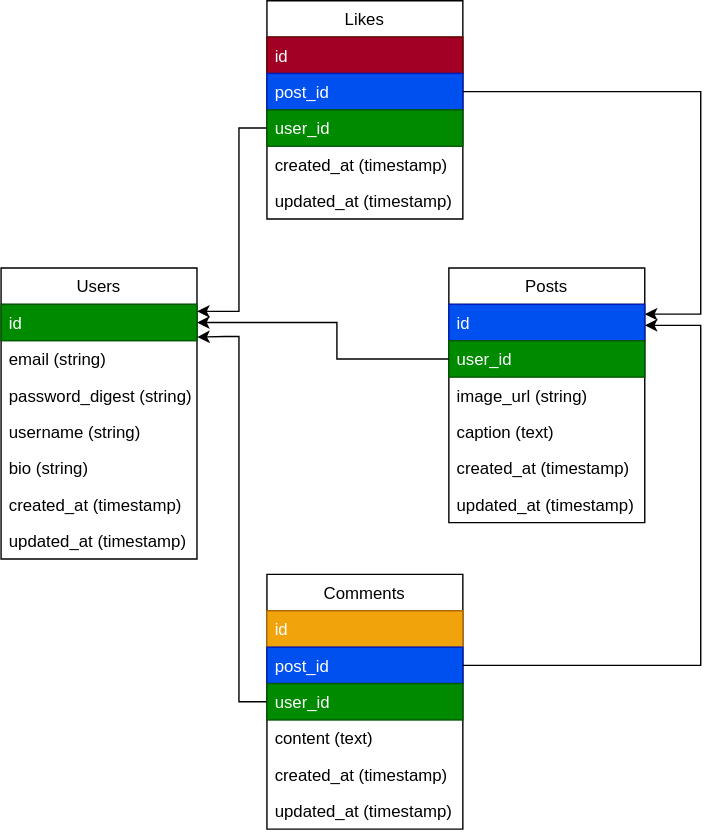
This is domain_model.drawio.svg from makersacademy/instagram-challenge, a draw.io export, as it was before one commit. Source tidied: cells renumbered, new cells last; positions are measured from the earlier drawing's top-left corner, leaving out a move shared by most shapes. Source of this version:
```xml
<mxGraphModel>
  <root>
    <mxCell id="0" />
    <mxCell id="1" parent="0" />
    <mxCell id="2" value="Users" style="swimlane;fontStyle=0;horizontal=1;startSize=26;" parent="1" vertex="1">
      <mxGeometry y="191" width="140" height="208" as="geometry" />
    </mxCell>
    <mxCell id="3" value="id" style="text;strokeColor=#005700;fillColor=#008a00;align=left;verticalAlign=top;spacingLeft=4;spacingRight=4;overflow=hidden;points=[[0,0.5],[1,0.5]];portConstraint=eastwest;fontColor=#ffffff;" parent="2" vertex="1">
      <mxGeometry y="26" width="140" height="26" as="geometry" />
    </mxCell>
    <mxCell id="4" value="email (string)" style="text;strokeColor=none;fillColor=none;align=left;verticalAlign=top;spacingLeft=4;spacingRight=4;overflow=hidden;" parent="2" vertex="1">
      <mxGeometry y="52" width="140" height="26" as="geometry" />
    </mxCell>
    <mxCell id="5" value="password_digest (string)" style="text;strokeColor=none;fillColor=none;align=left;verticalAlign=top;spacingLeft=4;spacingRight=4;overflow=hidden;" parent="2" vertex="1">
      <mxGeometry y="78" width="140" height="26" as="geometry" />
    </mxCell>
    <mxCell id="6" value="username (string)" style="text;strokeColor=none;fillColor=none;align=left;verticalAlign=top;spacingLeft=4;spacingRight=4;overflow=hidden;" parent="2" vertex="1">
      <mxGeometry y="104" width="140" height="26" as="geometry" />
    </mxCell>
    <mxCell id="7" value="bio (string)" style="text;strokeColor=none;fillColor=none;align=left;verticalAlign=top;spacingLeft=4;spacingRight=4;overflow=hidden;" parent="2" vertex="1">
      <mxGeometry y="130" width="140" height="26" as="geometry" />
    </mxCell>
    <mxCell id="8" value="created_at (timestamp)" style="text;strokeColor=none;fillColor=none;align=left;verticalAlign=top;spacingLeft=4;spacingRight=4;overflow=hidden;" parent="2" vertex="1">
      <mxGeometry y="156" width="140" height="26" as="geometry" />
    </mxCell>
    <mxCell id="9" value="updated_at (timestamp)" style="text;strokeColor=none;fillColor=none;align=left;verticalAlign=top;spacingLeft=4;spacingRight=4;overflow=hidden;" parent="2" vertex="1">
      <mxGeometry y="182" width="140" height="26" as="geometry" />
    </mxCell>
    <mxCell id="10" value="Likes" style="swimlane;fontStyle=0;horizontal=1;startSize=26;" parent="1" vertex="1">
      <mxGeometry x="190" width="140" height="156" as="geometry" />
    </mxCell>
    <mxCell id="11" value="id" style="text;strokeColor=#6F0000;fillColor=#a20025;align=left;verticalAlign=top;spacingLeft=4;spacingRight=4;overflow=hidden;fontColor=#ffffff;" parent="10" vertex="1">
      <mxGeometry y="26" width="140" height="26" as="geometry" />
    </mxCell>
    <mxCell id="12" value="post_id&#10;" style="text;strokeColor=#001DBC;fillColor=#0050ef;align=left;verticalAlign=top;spacingLeft=4;spacingRight=4;overflow=hidden;points=[[0,0.5],[1,0.5]];portConstraint=eastwest;fontColor=#ffffff;" parent="10" vertex="1">
      <mxGeometry y="52" width="140" height="26" as="geometry" />
    </mxCell>
    <mxCell id="13" value="user_id" style="text;strokeColor=#005700;fillColor=#008a00;align=left;verticalAlign=top;spacingLeft=4;spacingRight=4;overflow=hidden;points=[[0,0.5],[1,0.5]];portConstraint=eastwest;fontColor=#ffffff;" parent="10" vertex="1">
      <mxGeometry y="78" width="140" height="26" as="geometry" />
    </mxCell>
    <mxCell id="14" value="created_at (timestamp)" style="text;strokeColor=none;fillColor=none;align=left;verticalAlign=top;spacingLeft=4;spacingRight=4;overflow=hidden;" parent="10" vertex="1">
      <mxGeometry y="104" width="140" height="26" as="geometry" />
    </mxCell>
    <mxCell id="15" value="updated_at (timestamp)" style="text;strokeColor=none;fillColor=none;align=left;verticalAlign=top;spacingLeft=4;spacingRight=4;overflow=hidden;" parent="10" vertex="1">
      <mxGeometry y="130" width="140" height="26" as="geometry" />
    </mxCell>
    <mxCell id="16" value="Comments" style="swimlane;fontStyle=0;horizontal=1;startSize=26;" parent="1" vertex="1">
      <mxGeometry x="190" y="410" width="140" height="182" as="geometry" />
    </mxCell>
    <mxCell id="17" value="id" style="text;strokeColor=#BD7000;fillColor=#f0a30a;align=left;verticalAlign=top;spacingLeft=4;spacingRight=4;overflow=hidden;fontColor=#FFFFFF;" parent="16" vertex="1">
      <mxGeometry y="26" width="140" height="26" as="geometry" />
    </mxCell>
    <mxCell id="18" value="post_id" style="text;strokeColor=#001DBC;fillColor=#0050ef;align=left;verticalAlign=top;spacingLeft=4;spacingRight=4;overflow=hidden;points=[[0,0.5],[1,0.5]];portConstraint=eastwest;fontColor=#ffffff;" parent="16" vertex="1">
      <mxGeometry y="52" width="140" height="26" as="geometry" />
    </mxCell>
    <mxCell id="19" value="user_id" style="text;strokeColor=#005700;fillColor=#008a00;align=left;verticalAlign=top;spacingLeft=4;spacingRight=4;overflow=hidden;points=[[0,0.5],[1,0.5]];portConstraint=eastwest;fontColor=#ffffff;" parent="16" vertex="1">
      <mxGeometry y="78" width="140" height="26" as="geometry" />
    </mxCell>
    <mxCell id="20" value="content (text)" style="text;strokeColor=none;fillColor=none;align=left;verticalAlign=top;spacingLeft=4;spacingRight=4;overflow=hidden;" parent="16" vertex="1">
      <mxGeometry y="104" width="140" height="26" as="geometry" />
    </mxCell>
    <mxCell id="21" value="created_at (timestamp)" style="text;strokeColor=none;fillColor=none;align=left;verticalAlign=top;spacingLeft=4;spacingRight=4;overflow=hidden;" parent="16" vertex="1">
      <mxGeometry y="130" width="140" height="26" as="geometry" />
    </mxCell>
    <mxCell id="22" value="updated_at (timestamp)" style="text;strokeColor=none;fillColor=none;align=left;verticalAlign=top;spacingLeft=4;spacingRight=4;overflow=hidden;" parent="16" vertex="1">
      <mxGeometry y="156" width="140" height="26" as="geometry" />
    </mxCell>
    <mxCell id="23" value="Posts" style="swimlane;fontStyle=0;horizontal=1;startSize=26;" parent="1" vertex="1">
      <mxGeometry x="320" y="191" width="140" height="182" as="geometry" />
    </mxCell>
    <mxCell id="24" value="id" style="text;strokeColor=#001DBC;fillColor=#0050ef;align=left;verticalAlign=top;spacingLeft=4;spacingRight=4;overflow=hidden;points=[[0,0.5],[1,0.5]];portConstraint=eastwest;fontColor=#ffffff;" parent="23" vertex="1">
      <mxGeometry y="26" width="140" height="26" as="geometry" />
    </mxCell>
    <mxCell id="25" value="user_id" style="text;strokeColor=#005700;fillColor=#008a00;align=left;verticalAlign=top;spacingLeft=4;spacingRight=4;overflow=hidden;points=[[0,0.5],[1,0.5]];portConstraint=eastwest;fontColor=#ffffff;" parent="23" vertex="1">
      <mxGeometry y="52" width="140" height="26" as="geometry" />
    </mxCell>
    <mxCell id="26" value="image_url (string)" style="text;strokeColor=none;fillColor=none;align=left;verticalAlign=top;spacingLeft=4;spacingRight=4;overflow=hidden;" parent="23" vertex="1">
      <mxGeometry y="78" width="140" height="26" as="geometry" />
    </mxCell>
    <mxCell id="27" value="caption (text)" style="text;strokeColor=none;fillColor=none;align=left;verticalAlign=top;spacingLeft=4;spacingRight=4;overflow=hidden;" parent="23" vertex="1">
      <mxGeometry y="104" width="140" height="26" as="geometry" />
    </mxCell>
    <mxCell id="28" value="created_at (timestamp)" style="text;strokeColor=none;fillColor=none;align=left;verticalAlign=top;spacingLeft=4;spacingRight=4;overflow=hidden;" parent="23" vertex="1">
      <mxGeometry y="130" width="140" height="26" as="geometry" />
    </mxCell>
    <mxCell id="29" value="updated_at (timestamp)" style="text;strokeColor=none;fillColor=none;align=left;verticalAlign=top;spacingLeft=4;spacingRight=4;overflow=hidden;" parent="23" vertex="1">
      <mxGeometry y="156" width="140" height="26" as="geometry" />
    </mxCell>
    <mxCell id="30" style="edgeStyle=orthogonalEdgeStyle;rounded=0;jettySize=auto;html=1;fontColor=#FFFFFF;" parent="1" edge="1" source="18" target="24">
      <mxGeometry relative="1" as="geometry">
        <Array as="points">
          <mxPoint x="500" y="475" />
          <mxPoint x="500" y="232" />
        </Array>
      </mxGeometry>
    </mxCell>
    <mxCell id="31" style="edgeStyle=orthogonalEdgeStyle;rounded=0;jettySize=auto;html=1;fontColor=#FFFFFF;" parent="1" edge="1" source="12">
      <mxGeometry relative="1" as="geometry">
        <mxPoint x="460" y="224" as="targetPoint" />
        <Array as="points">
          <mxPoint x="500" y="65" />
          <mxPoint x="500" y="224" />
        </Array>
      </mxGeometry>
    </mxCell>
    <mxCell id="32" style="edgeStyle=orthogonalEdgeStyle;rounded=0;jettySize=auto;html=1;fontColor=#FFFFFF;" parent="1" edge="1" source="13">
      <mxGeometry relative="1" as="geometry">
        <mxPoint x="140" y="222" as="targetPoint" />
        <Array as="points">
          <mxPoint x="170" y="91" />
          <mxPoint x="170" y="222" />
        </Array>
      </mxGeometry>
    </mxCell>
    <mxCell id="33" style="edgeStyle=orthogonalEdgeStyle;rounded=0;jettySize=auto;html=1;fontColor=#FFFFFF;entryX=1;entryY=0.5;entryDx=0;entryDy=0;" parent="1" edge="1" source="25" target="3">
      <mxGeometry relative="1" as="geometry">
        <Array as="points">
          <mxPoint x="240" y="256" />
          <mxPoint x="240" y="230" />
        </Array>
      </mxGeometry>
    </mxCell>
    <mxCell id="34" style="edgeStyle=orthogonalEdgeStyle;rounded=0;jettySize=auto;html=1;fontColor=#FFFFFF;entryX=1.001;entryY=0.899;entryDx=0;entryDy=0;entryPerimeter=0;" parent="1" edge="1" source="19" target="3">
      <mxGeometry relative="1" as="geometry">
        <Array as="points">
          <mxPoint x="170" y="501" />
          <mxPoint x="170" y="240" />
          <mxPoint x="160" y="240" />
        </Array>
      </mxGeometry>
    </mxCell>
  </root>
</mxGraphModel>
```
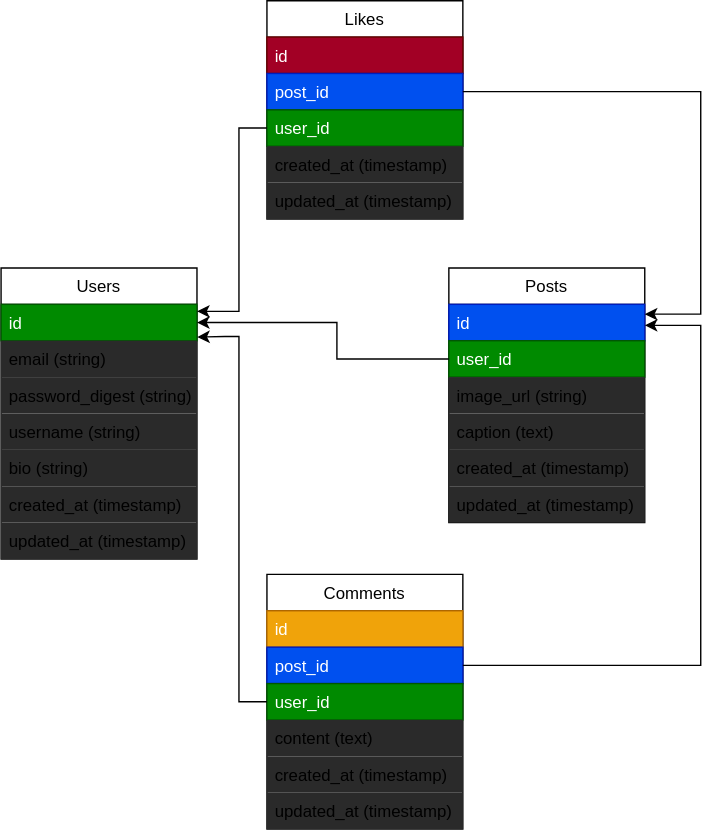
Later version of the same file.

The edit, as a diff of the source:
```diff
@@ -8,22 +8,22 @@
     <mxCell id="3" value="id" style="text;strokeColor=#005700;fillColor=#008a00;align=left;verticalAlign=top;spacingLeft=4;spacingRight=4;overflow=hidden;points=[[0,0.5],[1,0.5]];portConstraint=eastwest;fontColor=#ffffff;" parent="2" vertex="1">
       <mxGeometry y="26" width="140" height="26" as="geometry" />
     </mxCell>
-    <mxCell id="4" value="email (string)" style="text;strokeColor=none;fillColor=none;align=left;verticalAlign=top;spacingLeft=4;spacingRight=4;overflow=hidden;" parent="2" vertex="1">
+    <mxCell id="4" value="email (string)" style="text;strokeColor=none;align=left;verticalAlign=top;spacingLeft=4;spacingRight=4;overflow=hidden;fillColor=#2a2a2a;" parent="2" vertex="1">
       <mxGeometry y="52" width="140" height="26" as="geometry" />
     </mxCell>
-    <mxCell id="5" value="password_digest (string)" style="text;strokeColor=none;fillColor=none;align=left;verticalAlign=top;spacingLeft=4;spacingRight=4;overflow=hidden;" parent="2" vertex="1">
+    <mxCell id="5" value="password_digest (string)" style="text;strokeColor=none;align=left;verticalAlign=top;spacingLeft=4;spacingRight=4;overflow=hidden;fillColor=#2a2a2a;" parent="2" vertex="1">
       <mxGeometry y="78" width="140" height="26" as="geometry" />
     </mxCell>
-    <mxCell id="6" value="username (string)" style="text;strokeColor=none;fillColor=none;align=left;verticalAlign=top;spacingLeft=4;spacingRight=4;overflow=hidden;" parent="2" vertex="1">
+    <mxCell id="6" value="username (string)" style="text;strokeColor=none;align=left;verticalAlign=top;spacingLeft=4;spacingRight=4;overflow=hidden;fillColor=#2a2a2a;" parent="2" vertex="1">
       <mxGeometry y="104" width="140" height="26" as="geometry" />
     </mxCell>
-    <mxCell id="7" value="bio (string)" style="text;strokeColor=none;fillColor=none;align=left;verticalAlign=top;spacingLeft=4;spacingRight=4;overflow=hidden;" parent="2" vertex="1">
+    <mxCell id="7" value="bio (string)" style="text;strokeColor=none;align=left;verticalAlign=top;spacingLeft=4;spacingRight=4;overflow=hidden;fillColor=#2a2a2a;" parent="2" vertex="1">
       <mxGeometry y="130" width="140" height="26" as="geometry" />
     </mxCell>
-    <mxCell id="8" value="created_at (timestamp)" style="text;strokeColor=none;fillColor=none;align=left;verticalAlign=top;spacingLeft=4;spacingRight=4;overflow=hidden;" parent="2" vertex="1">
+    <mxCell id="8" value="created_at (timestamp)" style="text;strokeColor=none;align=left;verticalAlign=top;spacingLeft=4;spacingRight=4;overflow=hidden;fillColor=#2a2a2a;" parent="2" vertex="1">
       <mxGeometry y="156" width="140" height="26" as="geometry" />
     </mxCell>
-    <mxCell id="9" value="updated_at (timestamp)" style="text;strokeColor=none;fillColor=none;align=left;verticalAlign=top;spacingLeft=4;spacingRight=4;overflow=hidden;" parent="2" vertex="1">
+    <mxCell id="9" value="updated_at (timestamp)" style="text;strokeColor=none;align=left;verticalAlign=top;spacingLeft=4;spacingRight=4;overflow=hidden;fillColor=#2a2a2a;" parent="2" vertex="1">
       <mxGeometry y="182" width="140" height="26" as="geometry" />
     </mxCell>
     <mxCell id="10" value="Likes" style="swimlane;fontStyle=0;horizontal=1;startSize=26;" parent="1" vertex="1">
@@ -38,10 +38,10 @@
     <mxCell id="13" value="user_id" style="text;strokeColor=#005700;fillColor=#008a00;align=left;verticalAlign=top;spacingLeft=4;spacingRight=4;overflow=hidden;points=[[0,0.5],[1,0.5]];portConstraint=eastwest;fontColor=#ffffff;" parent="10" vertex="1">
       <mxGeometry y="78" width="140" height="26" as="geometry" />
     </mxCell>
-    <mxCell id="14" value="created_at (timestamp)" style="text;strokeColor=none;fillColor=none;align=left;verticalAlign=top;spacingLeft=4;spacingRight=4;overflow=hidden;" parent="10" vertex="1">
+    <mxCell id="14" value="created_at (timestamp)" style="text;strokeColor=none;align=left;verticalAlign=top;spacingLeft=4;spacingRight=4;overflow=hidden;fillColor=#2a2a2a;" parent="10" vertex="1">
       <mxGeometry y="104" width="140" height="26" as="geometry" />
     </mxCell>
-    <mxCell id="15" value="updated_at (timestamp)" style="text;strokeColor=none;fillColor=none;align=left;verticalAlign=top;spacingLeft=4;spacingRight=4;overflow=hidden;" parent="10" vertex="1">
+    <mxCell id="15" value="updated_at (timestamp)" style="text;strokeColor=none;align=left;verticalAlign=top;spacingLeft=4;spacingRight=4;overflow=hidden;fillColor=#2a2a2a;" parent="10" vertex="1">
       <mxGeometry y="130" width="140" height="26" as="geometry" />
     </mxCell>
     <mxCell id="16" value="Comments" style="swimlane;fontStyle=0;horizontal=1;startSize=26;" parent="1" vertex="1">
@@ -56,13 +56,13 @@
     <mxCell id="19" value="user_id" style="text;strokeColor=#005700;fillColor=#008a00;align=left;verticalAlign=top;spacingLeft=4;spacingRight=4;overflow=hidden;points=[[0,0.5],[1,0.5]];portConstraint=eastwest;fontColor=#ffffff;" parent="16" vertex="1">
       <mxGeometry y="78" width="140" height="26" as="geometry" />
     </mxCell>
-    <mxCell id="20" value="content (text)" style="text;strokeColor=none;fillColor=none;align=left;verticalAlign=top;spacingLeft=4;spacingRight=4;overflow=hidden;" parent="16" vertex="1">
+    <mxCell id="20" value="content (text)" style="text;align=left;verticalAlign=top;spacingLeft=4;spacingRight=4;overflow=hidden;fillColor=#2a2a2a;" parent="16" vertex="1">
       <mxGeometry y="104" width="140" height="26" as="geometry" />
     </mxCell>
-    <mxCell id="21" value="created_at (timestamp)" style="text;strokeColor=none;fillColor=none;align=left;verticalAlign=top;spacingLeft=4;spacingRight=4;overflow=hidden;" parent="16" vertex="1">
+    <mxCell id="21" value="created_at (timestamp)" style="text;align=left;verticalAlign=top;spacingLeft=4;spacingRight=4;overflow=hidden;fillColor=#2a2a2a;" parent="16" vertex="1">
       <mxGeometry y="130" width="140" height="26" as="geometry" />
     </mxCell>
-    <mxCell id="22" value="updated_at (timestamp)" style="text;strokeColor=none;fillColor=none;align=left;verticalAlign=top;spacingLeft=4;spacingRight=4;overflow=hidden;" parent="16" vertex="1">
+    <mxCell id="22" value="updated_at (timestamp)" style="text;strokeColor=none;align=left;verticalAlign=top;spacingLeft=4;spacingRight=4;overflow=hidden;fillColor=#2a2a2a;" parent="16" vertex="1">
       <mxGeometry y="156" width="140" height="26" as="geometry" />
     </mxCell>
     <mxCell id="23" value="Posts" style="swimlane;fontStyle=0;horizontal=1;startSize=26;" parent="1" vertex="1">
@@ -74,16 +74,16 @@
     <mxCell id="25" value="user_id" style="text;strokeColor=#005700;fillColor=#008a00;align=left;verticalAlign=top;spacingLeft=4;spacingRight=4;overflow=hidden;points=[[0,0.5],[1,0.5]];portConstraint=eastwest;fontColor=#ffffff;" parent="23" vertex="1">
       <mxGeometry y="52" width="140" height="26" as="geometry" />
     </mxCell>
-    <mxCell id="26" value="image_url (string)" style="text;strokeColor=none;fillColor=none;align=left;verticalAlign=top;spacingLeft=4;spacingRight=4;overflow=hidden;" parent="23" vertex="1">
+    <mxCell id="26" value="image_url (string)" style="text;strokeColor=none;align=left;verticalAlign=top;spacingLeft=4;spacingRight=4;overflow=hidden;labelBackgroundColor=none;fillColor=#2a2a2a;" parent="23" vertex="1">
       <mxGeometry y="78" width="140" height="26" as="geometry" />
     </mxCell>
-    <mxCell id="27" value="caption (text)" style="text;strokeColor=none;fillColor=none;align=left;verticalAlign=top;spacingLeft=4;spacingRight=4;overflow=hidden;" parent="23" vertex="1">
+    <mxCell id="27" value="caption (text)" style="text;strokeColor=none;align=left;verticalAlign=top;spacingLeft=4;spacingRight=4;overflow=hidden;fillColor=#2a2a2a;" parent="23" vertex="1">
       <mxGeometry y="104" width="140" height="26" as="geometry" />
     </mxCell>
-    <mxCell id="28" value="created_at (timestamp)" style="text;strokeColor=none;fillColor=none;align=left;verticalAlign=top;spacingLeft=4;spacingRight=4;overflow=hidden;" parent="23" vertex="1">
+    <mxCell id="28" value="created_at (timestamp)" style="text;strokeColor=none;align=left;verticalAlign=top;spacingLeft=4;spacingRight=4;overflow=hidden;fillColor=#2a2a2a;" parent="23" vertex="1">
       <mxGeometry y="130" width="140" height="26" as="geometry" />
     </mxCell>
-    <mxCell id="29" value="updated_at (timestamp)" style="text;strokeColor=none;fillColor=none;align=left;verticalAlign=top;spacingLeft=4;spacingRight=4;overflow=hidden;" parent="23" vertex="1">
+    <mxCell id="29" value="updated_at (timestamp)" style="text;strokeColor=none;align=left;verticalAlign=top;spacingLeft=4;spacingRight=4;overflow=hidden;fillColor=#2a2a2a;" parent="23" vertex="1">
       <mxGeometry y="156" width="140" height="26" as="geometry" />
     </mxCell>
     <mxCell id="30" style="edgeStyle=orthogonalEdgeStyle;rounded=0;jettySize=auto;html=1;fontColor=#FFFFFF;" parent="1" edge="1" source="18" target="24">
```
